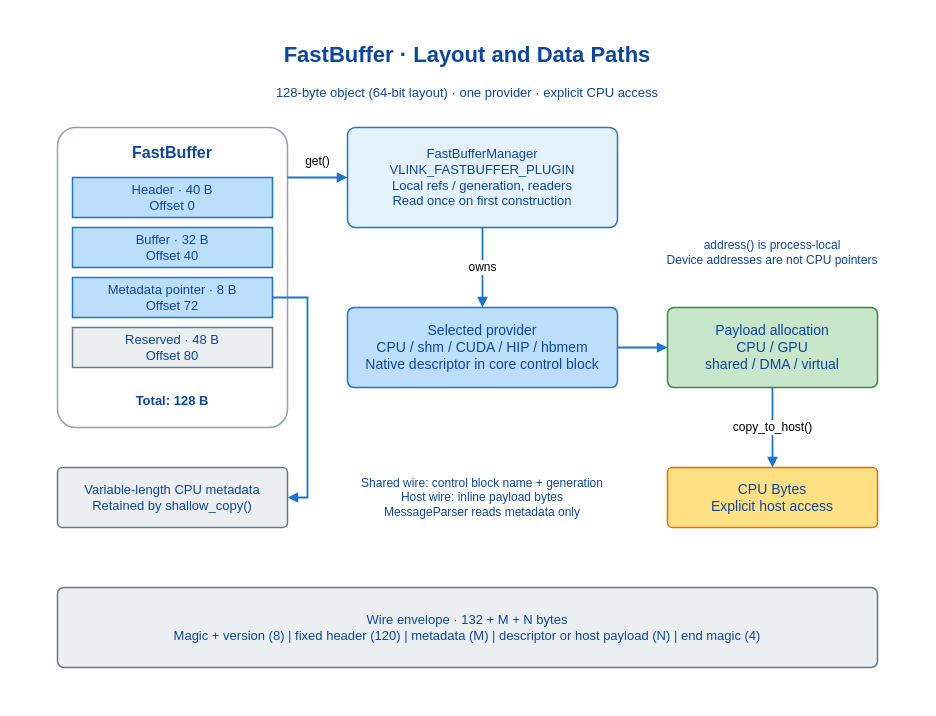
Earlier version of the draw.io diagram doc/images/fastbuffer-layout.drawio (thun-res/vlink). Source tidied: cells renumbered, new cells numbered last; positions are measured from the earlier drawing's top-left corner, leaving out a move shared by most shapes. Both pictures are drawn from the tidied source at 100%, with x=0, y=0 at pixel (17, 17).
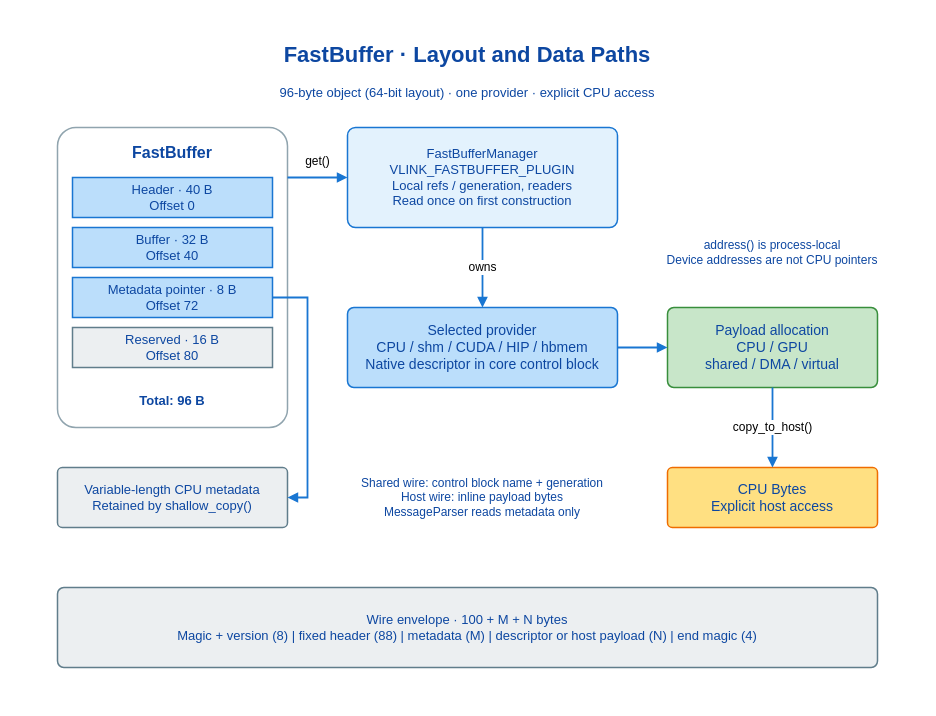
Above is the later version.

Commit message (it also covers changes not shown here):
perf(zerocopy): shrink FastBuffer and simplify reserved fields

Change to the diagram source:
```diff
@@
-    <mxCell id="4" value="128-byte object (64-bit layout) · one provider · explicit CPU access" style="rounded=1;whiteSpace=wrap;html=1;fillColor=none;strokeColor=none;strokeWidth=1.5;fontFamily=Helvetica;fontSize=13;fontColor=#0d47a1;align=center;verticalAlign=middle;arcSize=8;" parent="1" vertex="1">
+    <mxCell id="4" value="96-byte object (64-bit layout) · one provider · explicit CPU access" style="rounded=1;whiteSpace=wrap;html=1;fillColor=none;strokeColor=none;strokeWidth=1.5;fontFamily=Helvetica;fontSize=13;fontColor=#0d47a1;align=center;verticalAlign=middle;arcSize=8;" parent="1" vertex="1">
       <mxGeometry x="40" y="62" width="820" height="26" as="geometry" />
     </mxCell>
@@
-    <mxCell id="10" value="Reserved · 48 B&#10;Offset 80" style="rounded=0;whiteSpace=wrap;html=1;fillColor=#eceff1;strokeColor=#607d8b;strokeWidth=1.5;fontFamily=Helvetica;fontSize=13;fontColor=#0d47a1;align=center;verticalAlign=middle;" parent="1" vertex="1">
+    <mxCell id="10" value="Reserved · 16 B&#10;Offset 80" style="rounded=0;whiteSpace=wrap;html=1;fillColor=#eceff1;strokeColor=#607d8b;strokeWidth=1.5;fontFamily=Helvetica;fontSize=13;fontColor=#0d47a1;align=center;verticalAlign=middle;" parent="1" vertex="1">
       <mxGeometry x="55" y="310" width="200" height="40" as="geometry" />
     </mxCell>
@@
-    <mxCell id="18" value="Wire envelope · 132 + M + N bytes&#10;Magic + version (8) | fixed header (120) | metadata (M) | descriptor or host payload (N) | end magic (4)" style="rounded=1;whiteSpace=wrap;html=1;fillColor=#eceff1;strokeColor=#607d8b;strokeWidth=1.5;fontFamily=Helvetica;fontSize=13;fontColor=#0d47a1;align=center;verticalAlign=middle;arcSize=8;" parent="1" vertex="1">
+    <mxCell id="18" value="Wire envelope · 100 + M + N bytes&#10;Magic + version (8) | fixed header (88) | metadata (M) | descriptor or host payload (N) | end magic (4)" style="rounded=1;whiteSpace=wrap;html=1;fillColor=#eceff1;strokeColor=#607d8b;strokeWidth=1.5;fontFamily=Helvetica;fontSize=13;fontColor=#0d47a1;align=center;verticalAlign=middle;arcSize=8;" parent="1" vertex="1">
       <mxGeometry x="40" y="570" width="820" height="80" as="geometry" />
     </mxCell>
@@
-    <mxCell id="24" value="Total: 128 B" style="rounded=1;whiteSpace=wrap;html=1;fillColor=none;strokeColor=none;strokeWidth=1.5;fontFamily=Helvetica;fontSize=13;fontColor=#0d47a1;align=center;verticalAlign=middle;fontStyle=1;arcSize=8;" parent="1" vertex="1">
+    <mxCell id="24" value="Total: 96 B" style="rounded=1;whiteSpace=wrap;html=1;fillColor=none;strokeColor=none;strokeWidth=1.5;fontFamily=Helvetica;fontSize=13;fontColor=#0d47a1;align=center;verticalAlign=middle;fontStyle=1;arcSize=8;" parent="1" vertex="1">
       <mxGeometry x="55" y="370" width="200" height="25" as="geometry" />
     </mxCell>
```
